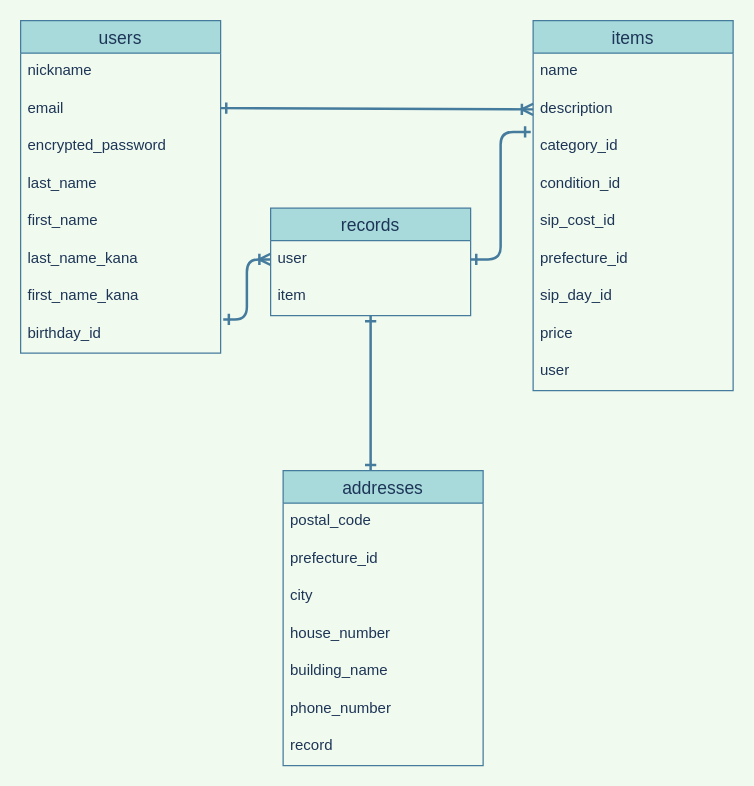
mita-youko/furima-35815 keeps this draw.io diagram as furima.dio. Above is the earlier version. Source tidied: cells renumbered, new cells numbered last; positions are measured from the earlier drawing's top-left corner, leaving out a move shared by most shapes. Both pictures are drawn from the tidied source at 125%, with x=0, y=0 at pixel (20, 20).
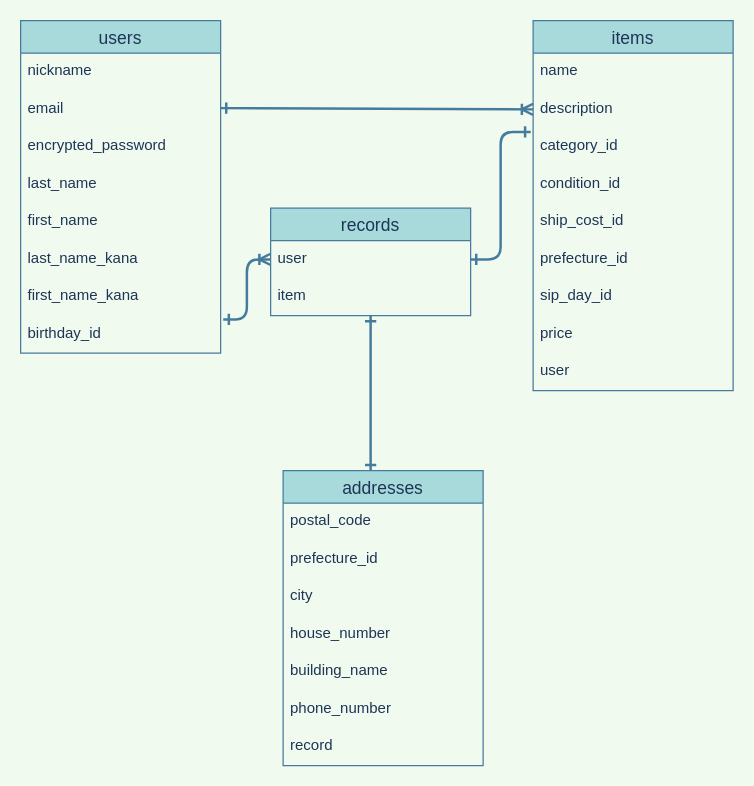
The same diagram, later.

Commit message (it also covers changes not shown here):
【訂正】カラム名

The change refers to these unchanged cells:
```xml
<mxCell id="11" value="items" style="swimlane;fontStyle=0;horizontal=1;startSize=26;align=center;fontSize=14;fillColor=#A8DADC;strokeColor=#457B9D;fontColor=#1D3557;" parent="1" vertex="1">
  <mxGeometry x="410" width="160" height="296" as="geometry" />
</mxCell>
```

Change to the diagram source:
```diff
@@
-    <mxCell id="16" value="sip_cost_id" style="text;strokeColor=none;fillColor=none;spacingLeft=4;spacingRight=4;overflow=hidden;fontSize=12;fontColor=#1D3557;" parent="11" vertex="1">
+    <mxCell id="16" value="ship_cost_id" style="text;strokeColor=none;fillColor=none;spacingLeft=4;spacingRight=4;overflow=hidden;fontSize=12;fontColor=#1D3557;" parent="11" vertex="1">
       <mxGeometry y="146" width="160" height="30" as="geometry" />
     </mxCell>
```
